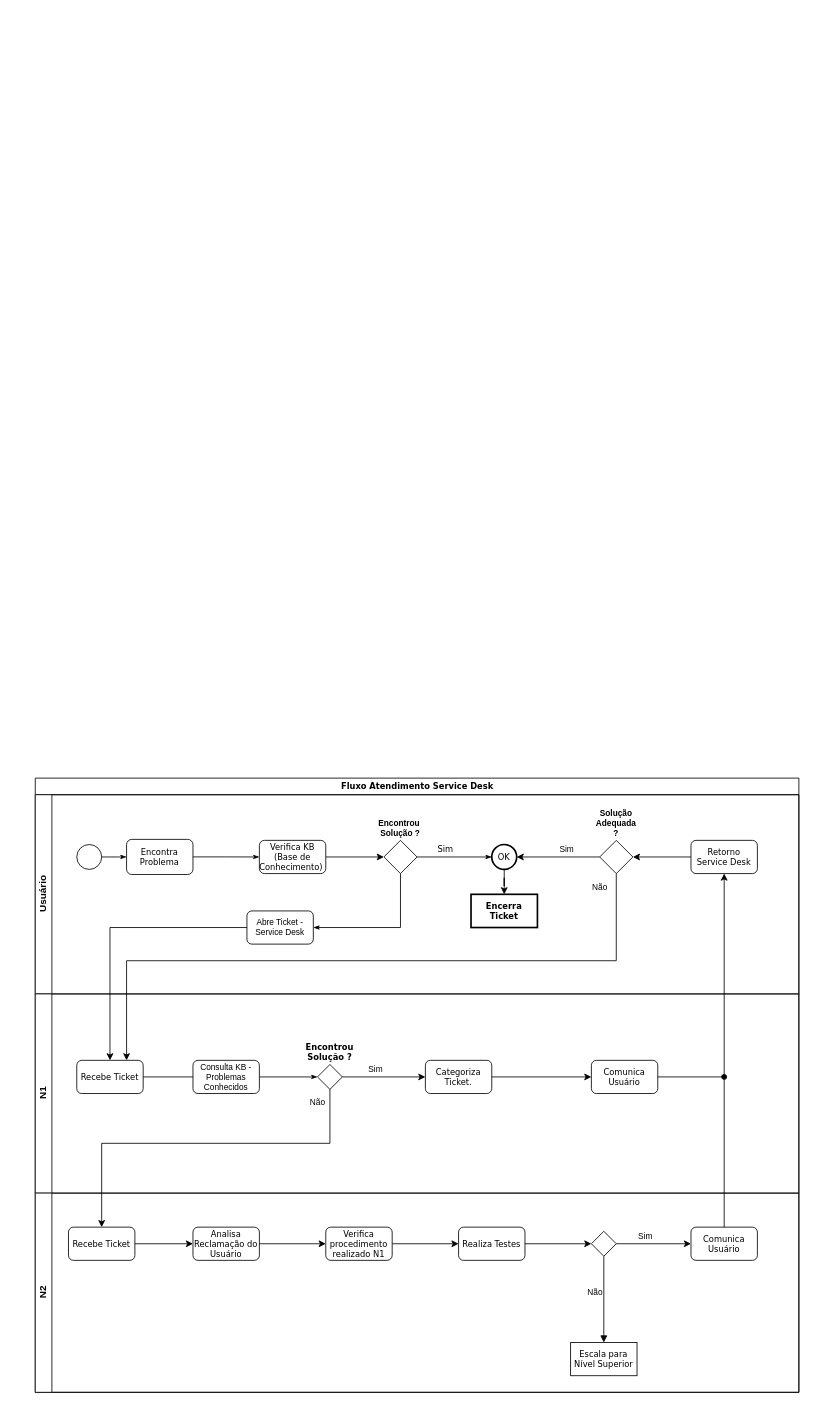
This is ServiceOperation.drawio from baptistafabricio87/GGTI, a draw.io file, before an edit. Source tidied: cells renumbered, new cells numbered last; positions are measured from the earlier drawing's top-left corner, leaving out a move shared by most shapes. Both pictures are drawn from the tidied source at 83%, with x=0, y=0 at pixel (35, 778).
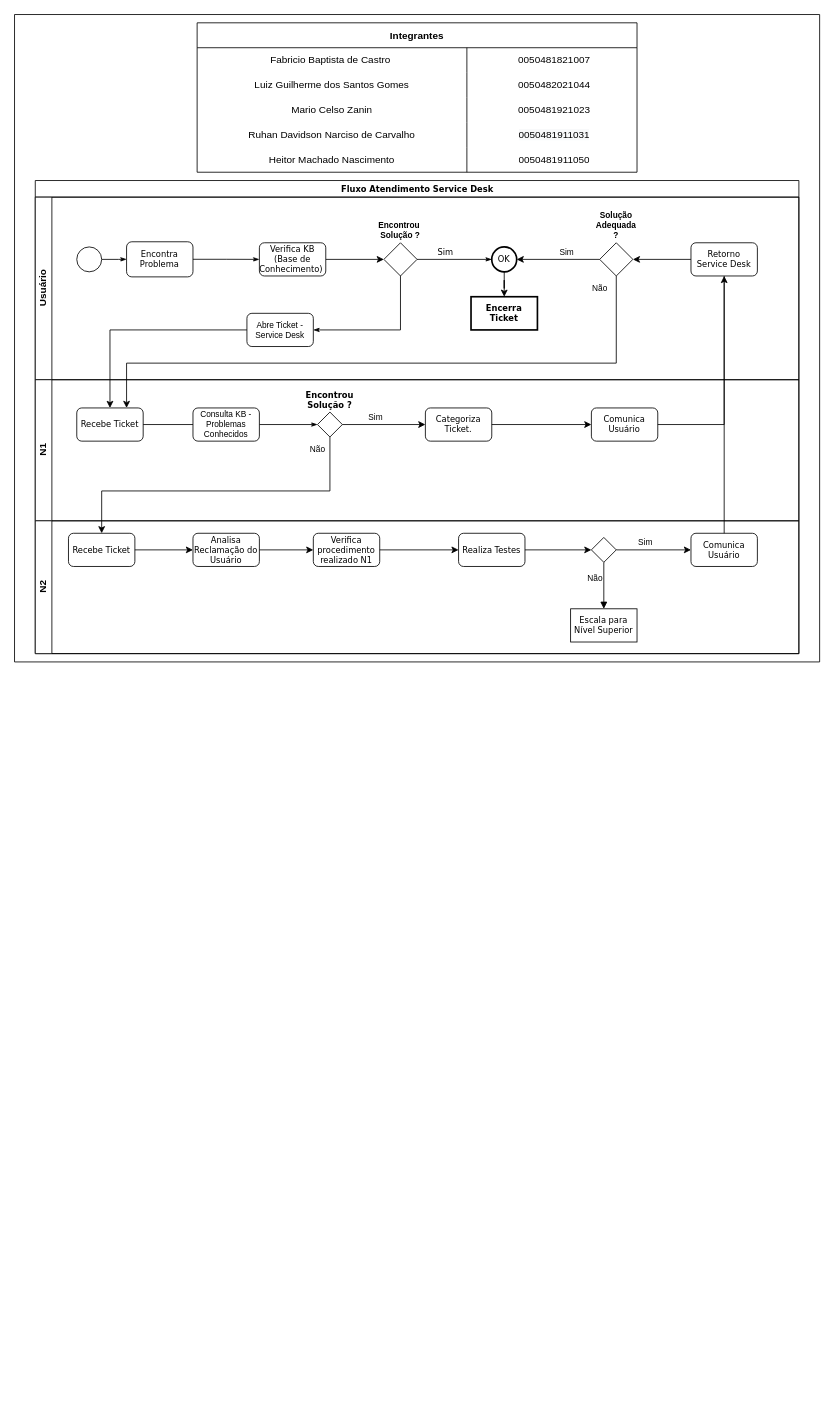
The same page after the edit.

Unchanged cells that the change refers to:
```xml
<mxCell id="13" value="&lt;font style=&quot;font-size: 10px;&quot;&gt;Retorno &lt;br style=&quot;font-size: 10px;&quot;&gt;Service Desk&lt;/font&gt;" style="rounded=1;whiteSpace=wrap;html=1;shadow=0;labelBackgroundColor=none;strokeWidth=1;fontFamily=Verdana;fontSize=10;align=center;" parent="3" vertex="1">
  <mxGeometry x="790" y="55" width="80" height="40" as="geometry" />
</mxCell>
```

The edit, as a diff of the source:
```diff
@@
+    <mxCell id="50" style="swimlane;startSize=0;" parent="1" vertex="1">
+      <mxGeometry x="-25" y="-920" width="970" height="780" as="geometry" />
+    </mxCell>
-    <mxCell id="2" value="Fluxo Atendimento Service Desk" style="swimlane;html=1;horizontal=1;startSize=20;rounded=0;shadow=0;labelBackgroundColor=none;strokeWidth=1;fontFamily=Verdana;fontSize=10;align=center;" parent="1" vertex="1">
-      <mxGeometry width="920" height="740" as="geometry" />
+    <mxCell id="2" value="Fluxo Atendimento Service Desk" style="swimlane;html=1;horizontal=1;startSize=20;rounded=0;shadow=0;labelBackgroundColor=none;strokeWidth=1;fontFamily=Verdana;fontSize=10;align=center;" parent="50" vertex="1">
+      <mxGeometry x="25" y="200" width="920" height="570" as="geometry" />
     </mxCell>
     <mxCell id="3" value="&lt;font color=&quot;#000000&quot;&gt;Usuário&lt;/font&gt;" style="swimlane;html=1;startSize=20;horizontal=0;fontColor=#FFFFFF;" parent="2" vertex="1">
-      <mxGeometry y="20" width="920" height="240" as="geometry" />
+      <mxGeometry y="20" width="920" height="220" as="geometry" />
     </mxCell>
@@
     <mxCell id="21" value="N1" style="swimlane;html=1;startSize=20;horizontal=0;spacing=0;labelPosition=center;verticalLabelPosition=middle;align=center;verticalAlign=middle;" parent="2" vertex="1">
-      <mxGeometry y="260" width="920" height="240" as="geometry" />
+      <mxGeometry y="240" width="920" height="170" as="geometry" />
     </mxCell>
@@
     <mxCell id="23" value="Recebe Ticket" style="rounded=1;whiteSpace=wrap;html=1;shadow=0;labelBackgroundColor=none;strokeWidth=1;fontFamily=Verdana;fontSize=10;align=center;" parent="21" vertex="1">
-      <mxGeometry x="50" y="80" width="80" height="40" as="geometry" />
+      <mxGeometry x="50" y="34" width="80" height="40" as="geometry" />
     </mxCell>
     <mxCell id="24" value="Encontrou Solução ?" style="strokeWidth=1;html=1;shape=mxgraph.flowchart.decision;whiteSpace=wrap;rounded=1;shadow=0;labelBackgroundColor=none;fontFamily=Verdana;fontSize=10;align=center;labelPosition=center;verticalLabelPosition=top;verticalAlign=middle;fontStyle=1;" parent="21" vertex="1">
-      <mxGeometry x="340" y="85" width="30" height="30" as="geometry" />
+      <mxGeometry x="340" y="39" width="30" height="30" as="geometry" />
     </mxCell>
     <mxCell id="25" value="Consulta KB - Problemas Conhecidos" style="rounded=1;whiteSpace=wrap;html=1;fontSize=10;" parent="21" vertex="1">
-      <mxGeometry x="190" y="80" width="80" height="40" as="geometry" />
+      <mxGeometry x="190" y="34" width="80" height="40" as="geometry" />
     </mxCell>
@@
     <mxCell id="27" value="&lt;font style=&quot;font-size: 10px;&quot;&gt;Comunica Usuário&lt;br style=&quot;font-size: 10px;&quot;&gt;&lt;/font&gt;" style="whiteSpace=wrap;html=1;fontSize=10;fontFamily=Verdana;strokeWidth=1;rounded=1;shadow=0;labelBackgroundColor=none;" parent="21" vertex="1">
-      <mxGeometry x="670" y="80" width="80" height="40" as="geometry" />
+      <mxGeometry x="670" y="34" width="80" height="40" as="geometry" />
     </mxCell>
     <mxCell id="28" value="&lt;font style=&quot;font-size: 10px;&quot;&gt;Categoriza Ticket.&lt;/font&gt;" style="whiteSpace=wrap;html=1;fontSize=10;fontFamily=Verdana;strokeWidth=1;rounded=1;shadow=0;labelBackgroundColor=none;" parent="21" vertex="1">
-      <mxGeometry x="470" y="80" width="80" height="40" as="geometry" />
+      <mxGeometry x="470" y="34" width="80" height="40" as="geometry" />
     </mxCell>
@@
     <mxCell id="31" value="N2" style="swimlane;html=1;startSize=20;horizontal=0;verticalAlign=middle;labelPosition=center;verticalLabelPosition=middle;align=center;" parent="2" vertex="1">
-      <mxGeometry y="500" width="920" height="240" as="geometry" />
+      <mxGeometry y="410" width="920" height="160" as="geometry" />
     </mxCell>
     <mxCell id="32" value="&lt;font style=&quot;font-size: 10px;&quot;&gt;Recebe Ticket&lt;/font&gt;" style="whiteSpace=wrap;html=1;fontSize=10;fontFamily=Verdana;verticalAlign=middle;strokeWidth=1;rounded=1;shadow=0;labelBackgroundColor=none;" parent="31" vertex="1">
-      <mxGeometry x="40" y="41" width="80" height="40" as="geometry" />
+      <mxGeometry x="40" y="15" width="80" height="40" as="geometry" />
     </mxCell>
     <mxCell id="33" value="&lt;font style=&quot;font-size: 10px&quot;&gt;Analisa Reclamação do Usuário&lt;/font&gt;" style="whiteSpace=wrap;html=1;fontSize=10;fontFamily=Verdana;verticalAlign=middle;strokeWidth=1;rounded=1;shadow=0;labelBackgroundColor=none;" parent="31" vertex="1">
-      <mxGeometry x="190" y="41" width="80" height="40" as="geometry" />
+      <mxGeometry x="190" y="15" width="80" height="40" as="geometry" />
     </mxCell>
@@
     <mxCell id="35" value="&lt;font style=&quot;font-size: 10px&quot;&gt;Realiza Testes&lt;br&gt;&lt;/font&gt;" style="whiteSpace=wrap;html=1;fontSize=10;fontFamily=Verdana;verticalAlign=middle;strokeWidth=1;rounded=1;shadow=0;labelBackgroundColor=none;" parent="31" vertex="1">
-      <mxGeometry x="510" y="41" width="80" height="40" as="geometry" />
+      <mxGeometry x="510" y="15" width="80" height="40" as="geometry" />
     </mxCell>
     <mxCell id="36" style="rhombus;whiteSpace=wrap;html=1;fontSize=10;fontFamily=Verdana;strokeWidth=1;rounded=0;shadow=0;labelBackgroundColor=none;" parent="31" vertex="1">
-      <mxGeometry x="670" y="46" width="30" height="30" as="geometry" />
+      <mxGeometry x="670" y="20" width="30" height="30" as="geometry" />
     </mxCell>
@@
     <mxCell id="38" value="Comunica Usuário" style="whiteSpace=wrap;html=1;fontSize=10;fontFamily=Verdana;strokeWidth=1;rounded=1;shadow=0;labelBackgroundColor=none;" parent="31" vertex="1">
-      <mxGeometry x="790" y="41" width="80" height="40" as="geometry" />
+      <mxGeometry x="790" y="15" width="80" height="40" as="geometry" />
     </mxCell>
@@
     <mxCell id="40" value="Escala para Nível Superior" style="whiteSpace=wrap;html=1;fontSize=10;fontFamily=Verdana;strokeWidth=1;rounded=0;shadow=0;labelBackgroundColor=none;" parent="31" vertex="1">
-      <mxGeometry x="645" y="180" width="80" height="40" as="geometry" />
+      <mxGeometry x="645" y="106" width="80" height="40" as="geometry" />
     </mxCell>
@@
+    <mxCell id="47" value="&lt;font style=&quot;font-size: 10px&quot;&gt;Verifica procedimento realizado N1&lt;/font&gt;" style="whiteSpace=wrap;html=1;fontSize=10;fontFamily=Verdana;verticalAlign=middle;strokeWidth=1;rounded=1;shadow=0;labelBackgroundColor=none;" parent="31" vertex="1">
+      <mxGeometry x="335" y="15" width="80" height="40" as="geometry" />
+    </mxCell>
+    <mxCell id="46" style="edgeStyle=none;html=1;" parent="31" edge="1" source="47" target="35">
+      <mxGeometry relative="1" as="geometry" />
+    </mxCell>
+    <mxCell id="48" style="edgeStyle=none;html=1;" parent="31" edge="1" source="33" target="47">
+      <mxGeometry relative="1" as="geometry" />
+    </mxCell>
@@
     <mxCell id="45" value="Não" style="edgeStyle=orthogonalEdgeStyle;rounded=0;jettySize=auto;html=1;labelBorderColor=none;fontSize=10;" parent="2" edge="1" source="24" target="32">
       <mxGeometry x="-0.93" y="-15" relative="1" as="geometry">
         <Array as="points">
-          <mxPoint x="355" y="440" />
-          <mxPoint x="80" y="440" />
+          <mxPoint x="355" y="374" />
+          <mxPoint x="80" y="374" />
         </Array>
       </mxGeometry>
     </mxCell>
-    <mxCell id="46" style="edgeStyle=none;html=1;" parent="1" edge="1" source="47" target="35">
-      <mxGeometry relative="1" as="geometry" />
-    </mxCell>
-    <mxCell id="47" value="&lt;font style=&quot;font-size: 10px&quot;&gt;Verifica procedimento realizado N1&lt;/font&gt;" style="whiteSpace=wrap;html=1;fontSize=10;fontFamily=Verdana;verticalAlign=middle;strokeWidth=1;rounded=1;shadow=0;labelBackgroundColor=none;" parent="1" vertex="1">
-      <mxGeometry x="350" y="541" width="80" height="40" as="geometry" />
-    </mxCell>
-    <mxCell id="48" style="edgeStyle=none;html=1;" parent="1" edge="1" source="33" target="47">
-      <mxGeometry relative="1" as="geometry" />
-    </mxCell>
-    <mxCell id="49" style="edgeStyle=none;html=1;strokeColor=default;endArrow=oval;endFill=1;" parent="1" edge="1" source="38">
-      <mxGeometry relative="1" as="geometry">
-        <mxPoint x="830" y="360" as="targetPoint" />
-      </mxGeometry>
-    </mxCell>
+    <mxCell id="51" style="endArrow=none;html=1;rounded=0;entryX=0.5;entryY=0;entryDx=0;entryDy=0;exitX=0.5;exitY=1;exitDx=0;exitDy=0;" parent="2" edge="1" source="13" target="38">
+      <mxGeometry relative="1" as="geometry" />
+    </mxCell>
+    <mxCell id="52" value="Integrantes" style="shape=table;startSize=30;childLayout=tableLayout;rowLines=0;fontStyle=1;" parent="50" vertex="1">
+      <mxGeometry x="220" y="10" width="530" height="180" as="geometry" />
+    </mxCell>
+    <mxCell id="53" style="shape=tableRow;horizontal=0;startSize=0;swimlaneHead=0;swimlaneBody=0;top=0;left=0;bottom=0;right=0;fillColor=none;" parent="52" vertex="1">
+      <mxGeometry y="30" width="530" height="30" as="geometry" />
+    </mxCell>
+    <mxCell id="54" value="&lt;div&gt;Fabricio Baptista de Castro&amp;nbsp;&lt;/div&gt;" style="shape=partialRectangle;html=1;whiteSpace=wrap;fillColor=none;top=0;left=0;bottom=0;right=0;overflow=hidden;" parent="53" vertex="1">
+      <mxGeometry width="325" height="30" as="geometry" />
+    </mxCell>
+    <mxCell id="55" value="&lt;span style=&quot;&quot;&gt;0050481821007&lt;/span&gt;" style="shape=partialRectangle;html=1;whiteSpace=wrap;fillColor=none;top=0;left=0;bottom=0;right=0;align=center;spacingLeft=6;overflow=hidden;horizontal=1;" parent="53" vertex="1">
+      <mxGeometry x="325" width="205" height="30" as="geometry" />
+    </mxCell>
+    <mxCell id="56" style="shape=tableRow;horizontal=0;startSize=0;swimlaneHead=0;swimlaneBody=0;top=0;left=0;bottom=0;right=0;fillColor=none;" parent="52" vertex="1">
+      <mxGeometry y="60" width="530" height="30" as="geometry" />
+    </mxCell>
+    <mxCell id="57" value="&lt;div&gt;Luiz Guilherme dos Santos Gomes&lt;/div&gt;" style="shape=partialRectangle;html=1;whiteSpace=wrap;fillColor=none;top=0;left=0;bottom=0;right=0;overflow=hidden;" parent="56" vertex="1">
+      <mxGeometry width="325" height="30" as="geometry" />
+    </mxCell>
+    <mxCell id="58" value="&lt;span style=&quot;&quot;&gt;0050482021044&lt;/span&gt;" style="shape=partialRectangle;html=1;whiteSpace=wrap;fillColor=none;top=0;left=0;bottom=0;right=0;align=center;spacingLeft=6;overflow=hidden;horizontal=1;" parent="56" vertex="1">
+      <mxGeometry x="325" width="205" height="30" as="geometry" />
+    </mxCell>
+    <mxCell id="59" style="shape=tableRow;horizontal=0;startSize=0;swimlaneHead=0;swimlaneBody=0;top=0;left=0;bottom=0;right=0;fillColor=none;" parent="52" vertex="1">
+      <mxGeometry y="90" width="530" height="30" as="geometry" />
+    </mxCell>
+    <mxCell id="60" value="&lt;div&gt;Mario Celso Zanin&lt;/div&gt;" style="shape=partialRectangle;html=1;whiteSpace=wrap;fillColor=none;top=0;left=0;bottom=0;right=0;overflow=hidden;" parent="59" vertex="1">
+      <mxGeometry width="325" height="30" as="geometry" />
+    </mxCell>
+    <mxCell id="61" value="&lt;span style=&quot;&quot;&gt;0050481921023&lt;/span&gt;" style="shape=partialRectangle;html=1;whiteSpace=wrap;fillColor=none;top=0;left=0;bottom=0;right=0;align=center;spacingLeft=6;overflow=hidden;horizontal=1;" parent="59" vertex="1">
+      <mxGeometry x="325" width="205" height="30" as="geometry" />
+    </mxCell>
+    <mxCell id="62" style="shape=tableRow;horizontal=0;startSize=0;swimlaneHead=0;swimlaneBody=0;top=0;left=0;bottom=0;right=0;fillColor=none;" parent="52" vertex="1">
+      <mxGeometry y="120" width="530" height="30" as="geometry" />
+    </mxCell>
+    <mxCell id="63" value="&lt;span style=&quot;&quot;&gt;Ruhan Davidson Narciso de Carvalho&lt;/span&gt;" style="shape=partialRectangle;html=1;whiteSpace=wrap;fillColor=none;top=0;left=0;bottom=0;right=0;overflow=hidden;" parent="62" vertex="1">
+      <mxGeometry width="325" height="30" as="geometry" />
+    </mxCell>
+    <mxCell id="64" value="&lt;span style=&quot;color: rgb(0, 0, 0); font-family: Helvetica; font-size: 12px; font-style: normal; font-variant-ligatures: normal; font-variant-caps: normal; font-weight: 400; letter-spacing: normal; orphans: 2; text-indent: 0px; text-transform: none; widows: 2; word-spacing: 0px; -webkit-text-stroke-width: 0px; background-color: rgb(248, 249, 250); text-decoration-thickness: initial; text-decoration-style: initial; text-decoration-color: initial; float: none; display: inline !important;&quot;&gt;0050481911031&lt;/span&gt;" style="shape=partialRectangle;html=1;whiteSpace=wrap;fillColor=none;top=0;left=0;bottom=0;right=0;align=center;spacingLeft=6;overflow=hidden;horizontal=1;" parent="62" vertex="1">
+      <mxGeometry x="325" width="205" height="30" as="geometry" />
+    </mxCell>
+    <mxCell id="65" style="shape=tableRow;horizontal=0;startSize=0;swimlaneHead=0;swimlaneBody=0;top=0;left=0;bottom=0;right=0;fillColor=none;" parent="52" vertex="1">
+      <mxGeometry y="150" width="530" height="30" as="geometry" />
+    </mxCell>
+    <mxCell id="66" value="&lt;div style=&quot;&quot;&gt;Heitor Machado Nascimento&lt;/div&gt;" style="shape=partialRectangle;html=1;whiteSpace=wrap;fillColor=none;top=0;left=0;bottom=0;right=0;overflow=hidden;" parent="65" vertex="1">
+      <mxGeometry width="325" height="30" as="geometry" />
+    </mxCell>
+    <mxCell id="67" value="&lt;span style=&quot;&quot;&gt;0050481911050&lt;/span&gt;" style="shape=partialRectangle;html=1;whiteSpace=wrap;fillColor=none;top=0;left=0;bottom=0;right=0;align=center;spacingLeft=6;overflow=hidden;horizontal=1;" parent="65" vertex="1">
+      <mxGeometry x="325" width="205" height="30" as="geometry" />
+    </mxCell>
```
